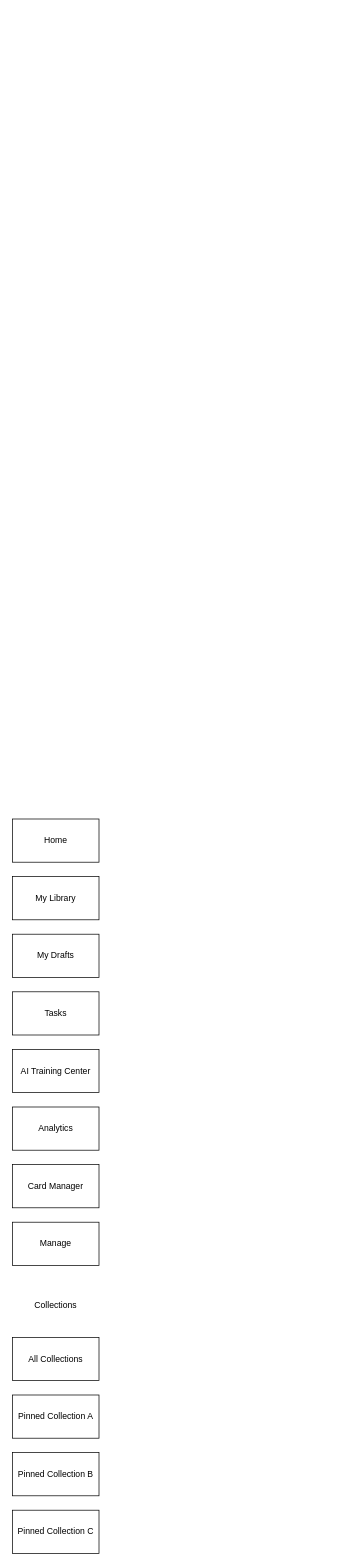
Above: Untitled Diagram.drawio in tsherrell/tsherrell (draw.io), before the change. Source tidied: cells renumbered, new cells numbered last; positions are measured from the earlier drawing's top-left corner, leaving out a move shared by most shapes. Both pictures are drawn from the tidied source at 72%, with x=0, y=0 at pixel (12, 819).
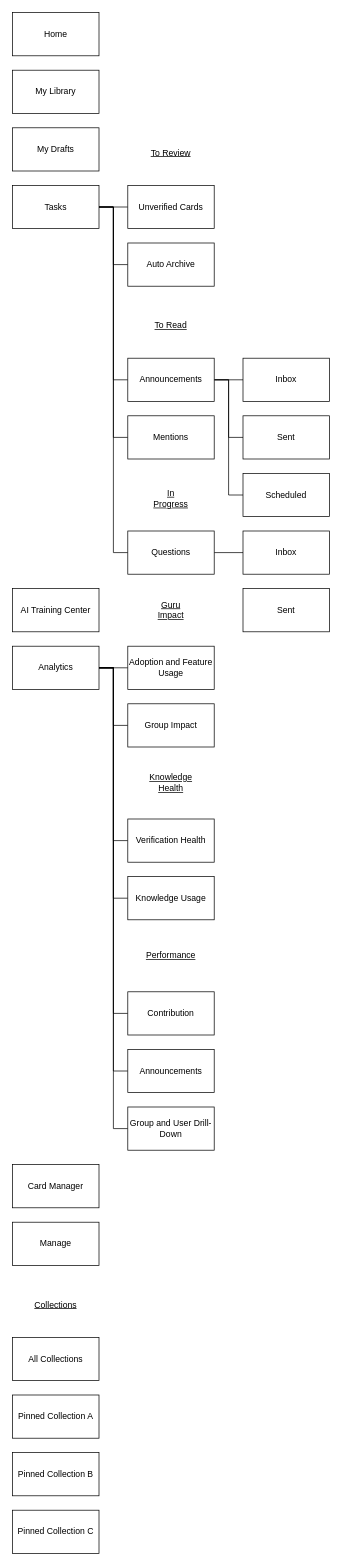
Above is the later version.

What changed in the source:
```diff
@@
     <mxCell id="2" value="Home" style="rounded=0;whiteSpace=wrap;html=1;" parent="1" vertex="1">
-      <mxGeometry width="120" height="60" as="geometry" />
+      <mxGeometry y="-1120" width="120" height="60" as="geometry" />
     </mxCell>
     <mxCell id="3" value="My Library" style="rounded=0;whiteSpace=wrap;html=1;" parent="1" vertex="1">
-      <mxGeometry y="80" width="120" height="60" as="geometry" />
+      <mxGeometry y="-1040" width="120" height="60" as="geometry" />
     </mxCell>
     <mxCell id="4" value="My Drafts" style="rounded=0;whiteSpace=wrap;html=1;" parent="1" vertex="1">
-      <mxGeometry y="160" width="120" height="60" as="geometry" />
+      <mxGeometry y="-960" width="120" height="60" as="geometry" />
     </mxCell>
+    <mxCell id="15" style="edgeStyle=orthogonalEdgeStyle;rounded=0;jettySize=auto;html=1;endArrow=none;endFill=0;" parent="1" edge="1" source="5" target="27">
+      <mxGeometry relative="1" as="geometry" />
+    </mxCell>
+    <mxCell id="16" style="edgeStyle=orthogonalEdgeStyle;rounded=0;jettySize=auto;html=1;exitX=1;exitY=0.5;exitDx=0;exitDy=0;entryX=0;entryY=0.5;entryDx=0;entryDy=0;endArrow=none;endFill=0;" parent="1" edge="1" source="5" target="29">
+      <mxGeometry relative="1" as="geometry" />
+    </mxCell>
+    <mxCell id="17" style="edgeStyle=orthogonalEdgeStyle;rounded=0;jettySize=auto;html=1;exitX=1;exitY=0.5;exitDx=0;exitDy=0;entryX=0;entryY=0.5;entryDx=0;entryDy=0;endArrow=none;endFill=0;" parent="1" edge="1" source="5" target="34">
+      <mxGeometry relative="1" as="geometry" />
+    </mxCell>
+    <mxCell id="18" style="edgeStyle=orthogonalEdgeStyle;rounded=0;jettySize=auto;html=1;exitX=1;exitY=0.5;exitDx=0;exitDy=0;entryX=0;entryY=0.5;entryDx=0;entryDy=0;endArrow=none;endFill=0;" parent="1" edge="1" source="5" target="35">
+      <mxGeometry relative="1" as="geometry" />
+    </mxCell>
+    <mxCell id="19" style="edgeStyle=orthogonalEdgeStyle;shape=connector;rounded=0;jettySize=auto;html=1;exitX=1;exitY=0.5;exitDx=0;exitDy=0;entryX=0;entryY=0.5;entryDx=0;entryDy=0;strokeColor=default;align=center;verticalAlign=middle;fontFamily=Helvetica;fontSize=11;fontColor=default;labelBackgroundColor=default;endArrow=none;endFill=0;" parent="1" edge="1" source="5" target="37">
+      <mxGeometry relative="1" as="geometry" />
+    </mxCell>
     <mxCell id="5" value="Tasks" style="rounded=0;whiteSpace=wrap;html=1;" parent="1" vertex="1">
-      <mxGeometry y="240" width="120" height="60" as="geometry" />
+      <mxGeometry y="-880" width="120" height="60" as="geometry" />
     </mxCell>
     <mxCell id="6" value="AI Training Center" style="rounded=0;whiteSpace=wrap;html=1;" parent="1" vertex="1">
-      <mxGeometry y="320" width="120" height="60" as="geometry" />
+      <mxGeometry y="-320" width="120" height="60" as="geometry" />
     </mxCell>
+    <mxCell id="20" style="edgeStyle=orthogonalEdgeStyle;shape=connector;rounded=0;jettySize=auto;html=1;exitX=1;exitY=0.5;exitDx=0;exitDy=0;entryX=0;entryY=0.5;entryDx=0;entryDy=0;strokeColor=default;align=center;verticalAlign=middle;fontFamily=Helvetica;fontSize=11;fontColor=default;labelBackgroundColor=default;endArrow=none;endFill=0;" parent="1" edge="1" source="7" target="44">
+      <mxGeometry relative="1" as="geometry" />
+    </mxCell>
+    <mxCell id="21" style="edgeStyle=orthogonalEdgeStyle;shape=connector;rounded=0;jettySize=auto;html=1;exitX=1;exitY=0.5;exitDx=0;exitDy=0;entryX=0;entryY=0.5;entryDx=0;entryDy=0;strokeColor=default;align=center;verticalAlign=middle;fontFamily=Helvetica;fontSize=11;fontColor=default;labelBackgroundColor=default;endArrow=none;endFill=0;" parent="1" edge="1" source="7" target="46">
+      <mxGeometry relative="1" as="geometry" />
+    </mxCell>
+    <mxCell id="22" style="edgeStyle=orthogonalEdgeStyle;shape=connector;rounded=0;jettySize=auto;html=1;exitX=1;exitY=0.5;exitDx=0;exitDy=0;entryX=0;entryY=0.5;entryDx=0;entryDy=0;strokeColor=default;align=center;verticalAlign=middle;fontFamily=Helvetica;fontSize=11;fontColor=default;labelBackgroundColor=default;endArrow=none;endFill=0;" parent="1" edge="1" source="7" target="48">
+      <mxGeometry relative="1" as="geometry" />
+    </mxCell>
+    <mxCell id="23" style="edgeStyle=orthogonalEdgeStyle;shape=connector;rounded=0;jettySize=auto;html=1;exitX=1;exitY=0.5;exitDx=0;exitDy=0;entryX=0;entryY=0.5;entryDx=0;entryDy=0;strokeColor=default;align=center;verticalAlign=middle;fontFamily=Helvetica;fontSize=11;fontColor=default;labelBackgroundColor=default;endArrow=none;endFill=0;" parent="1" edge="1" source="7" target="49">
+      <mxGeometry relative="1" as="geometry" />
+    </mxCell>
+    <mxCell id="24" style="edgeStyle=orthogonalEdgeStyle;shape=connector;rounded=0;jettySize=auto;html=1;exitX=1;exitY=0.5;exitDx=0;exitDy=0;entryX=0;entryY=0.5;entryDx=0;entryDy=0;strokeColor=default;align=center;verticalAlign=middle;fontFamily=Helvetica;fontSize=11;fontColor=default;labelBackgroundColor=default;endArrow=none;endFill=0;" parent="1" edge="1" source="7" target="51">
+      <mxGeometry relative="1" as="geometry" />
+    </mxCell>
+    <mxCell id="25" style="edgeStyle=orthogonalEdgeStyle;shape=connector;rounded=0;jettySize=auto;html=1;exitX=1;exitY=0.5;exitDx=0;exitDy=0;entryX=0;entryY=0.5;entryDx=0;entryDy=0;strokeColor=default;align=center;verticalAlign=middle;fontFamily=Helvetica;fontSize=11;fontColor=default;labelBackgroundColor=default;endArrow=none;endFill=0;" parent="1" edge="1" source="7" target="52">
+      <mxGeometry relative="1" as="geometry" />
+    </mxCell>
+    <mxCell id="26" style="edgeStyle=orthogonalEdgeStyle;shape=connector;rounded=0;jettySize=auto;html=1;exitX=1;exitY=0.5;exitDx=0;exitDy=0;entryX=0;entryY=0.5;entryDx=0;entryDy=0;strokeColor=default;align=center;verticalAlign=middle;fontFamily=Helvetica;fontSize=11;fontColor=default;labelBackgroundColor=default;endArrow=none;endFill=0;" parent="1" edge="1" source="7" target="53">
+      <mxGeometry relative="1" as="geometry" />
+    </mxCell>
     <mxCell id="7" value="Analytics" style="rounded=0;whiteSpace=wrap;html=1;" parent="1" vertex="1">
-      <mxGeometry y="400" width="120" height="60" as="geometry" />
+      <mxGeometry y="-240" width="120" height="60" as="geometry" />
     </mxCell>
@@
-    <mxCell id="14" value="Collections" style="text;html=1;align=center;verticalAlign=middle;whiteSpace=wrap;rounded=0;" parent="1" vertex="1">
+    <mxCell id="14" value="Collections" style="text;html=1;align=center;verticalAlign=middle;whiteSpace=wrap;rounded=0;fontStyle=4;" parent="1" vertex="1">
       <mxGeometry x="30" y="660" width="60" height="30" as="geometry" />
     </mxCell>
+    <mxCell id="27" value="Unverified Cards" style="rounded=0;whiteSpace=wrap;html=1;" parent="1" vertex="1">
+      <mxGeometry x="160" y="-880" width="120" height="60" as="geometry" />
+    </mxCell>
+    <mxCell id="28" value="To Review" style="text;html=1;align=center;verticalAlign=middle;whiteSpace=wrap;rounded=0;fontStyle=4;" parent="1" vertex="1">
+      <mxGeometry x="190" y="-940" width="60" height="30" as="geometry" />
+    </mxCell>
+    <mxCell id="29" value="Auto Archive" style="rounded=0;whiteSpace=wrap;html=1;" parent="1" vertex="1">
+      <mxGeometry x="160" y="-800" width="120" height="60" as="geometry" />
+    </mxCell>
+    <mxCell id="30" value="To Read" style="text;html=1;align=center;verticalAlign=middle;whiteSpace=wrap;rounded=0;fontStyle=4;" parent="1" vertex="1">
+      <mxGeometry x="190" y="-700" width="60" height="30" as="geometry" />
+    </mxCell>
+    <mxCell id="31" style="edgeStyle=orthogonalEdgeStyle;shape=connector;rounded=0;jettySize=auto;html=1;exitX=1;exitY=0.5;exitDx=0;exitDy=0;entryX=0;entryY=0.5;entryDx=0;entryDy=0;strokeColor=default;align=center;verticalAlign=middle;fontFamily=Helvetica;fontSize=11;fontColor=default;labelBackgroundColor=default;endArrow=none;endFill=0;" parent="1" edge="1" source="34" target="39">
+      <mxGeometry relative="1" as="geometry" />
+    </mxCell>
+    <mxCell id="32" style="edgeStyle=orthogonalEdgeStyle;shape=connector;rounded=0;jettySize=auto;html=1;exitX=1;exitY=0.5;exitDx=0;exitDy=0;entryX=0;entryY=0.5;entryDx=0;entryDy=0;strokeColor=default;align=center;verticalAlign=middle;fontFamily=Helvetica;fontSize=11;fontColor=default;labelBackgroundColor=default;endArrow=none;endFill=0;" parent="1" edge="1" source="34" target="40">
+      <mxGeometry relative="1" as="geometry" />
+    </mxCell>
+    <mxCell id="33" style="edgeStyle=orthogonalEdgeStyle;shape=connector;rounded=0;jettySize=auto;html=1;exitX=1;exitY=0.5;exitDx=0;exitDy=0;entryX=0;entryY=0.5;entryDx=0;entryDy=0;strokeColor=default;align=center;verticalAlign=middle;fontFamily=Helvetica;fontSize=11;fontColor=default;labelBackgroundColor=default;endArrow=none;endFill=0;" parent="1" edge="1" source="34" target="41">
+      <mxGeometry relative="1" as="geometry" />
+    </mxCell>
+    <mxCell id="34" value="Announcements" style="rounded=0;whiteSpace=wrap;html=1;" parent="1" vertex="1">
+      <mxGeometry x="160" y="-640" width="120" height="60" as="geometry" />
+    </mxCell>
+    <mxCell id="35" value="Mentions" style="rounded=0;whiteSpace=wrap;html=1;" parent="1" vertex="1">
+      <mxGeometry x="160" y="-560" width="120" height="60" as="geometry" />
+    </mxCell>
+    <mxCell id="36" style="edgeStyle=orthogonalEdgeStyle;shape=connector;rounded=0;jettySize=auto;html=1;exitX=1;exitY=0.5;exitDx=0;exitDy=0;entryX=0;entryY=0.5;entryDx=0;entryDy=0;strokeColor=default;align=center;verticalAlign=middle;fontFamily=Helvetica;fontSize=11;fontColor=default;labelBackgroundColor=default;endArrow=none;endFill=0;" parent="1" edge="1" source="37" target="42">
+      <mxGeometry relative="1" as="geometry" />
+    </mxCell>
+    <mxCell id="37" value="Questions" style="rounded=0;whiteSpace=wrap;html=1;" parent="1" vertex="1">
+      <mxGeometry x="160" y="-400" width="120" height="60" as="geometry" />
+    </mxCell>
+    <mxCell id="38" value="In Progress" style="text;html=1;align=center;verticalAlign=middle;whiteSpace=wrap;rounded=0;fontStyle=4;" parent="1" vertex="1">
+      <mxGeometry x="190" y="-460" width="60" height="30" as="geometry" />
+    </mxCell>
+    <mxCell id="39" value="Inbox" style="rounded=0;whiteSpace=wrap;html=1;" parent="1" vertex="1">
+      <mxGeometry x="320" y="-640" width="120" height="60" as="geometry" />
+    </mxCell>
+    <mxCell id="40" value="Sent" style="rounded=0;whiteSpace=wrap;html=1;" parent="1" vertex="1">
+      <mxGeometry x="320" y="-560" width="120" height="60" as="geometry" />
+    </mxCell>
+    <mxCell id="41" value="Scheduled" style="rounded=0;whiteSpace=wrap;html=1;" parent="1" vertex="1">
+      <mxGeometry x="320" y="-480" width="120" height="60" as="geometry" />
+    </mxCell>
+    <mxCell id="42" value="Inbox" style="rounded=0;whiteSpace=wrap;html=1;" parent="1" vertex="1">
+      <mxGeometry x="320" y="-400" width="120" height="60" as="geometry" />
+    </mxCell>
+    <mxCell id="43" value="Sent" style="rounded=0;whiteSpace=wrap;html=1;" parent="1" vertex="1">
+      <mxGeometry x="320" y="-320" width="120" height="60" as="geometry" />
+    </mxCell>
+    <mxCell id="44" value="Adoption and Feature Usage" style="rounded=0;whiteSpace=wrap;html=1;" parent="1" vertex="1">
+      <mxGeometry x="160" y="-240" width="120" height="60" as="geometry" />
+    </mxCell>
+    <mxCell id="45" value="Guru Impact" style="text;html=1;align=center;verticalAlign=middle;whiteSpace=wrap;rounded=0;fontStyle=4;" parent="1" vertex="1">
+      <mxGeometry x="190" y="-305" width="60" height="30" as="geometry" />
+    </mxCell>
+    <mxCell id="46" value="Group Impact" style="rounded=0;whiteSpace=wrap;html=1;" parent="1" vertex="1">
+      <mxGeometry x="160" y="-160" width="120" height="60" as="geometry" />
+    </mxCell>
+    <mxCell id="47" value="Knowledge Health" style="text;html=1;align=center;verticalAlign=middle;whiteSpace=wrap;rounded=0;fontStyle=4;" parent="1" vertex="1">
+      <mxGeometry x="190" y="-65" width="60" height="30" as="geometry" />
+    </mxCell>
+    <mxCell id="48" value="Verification Health" style="rounded=0;whiteSpace=wrap;html=1;" parent="1" vertex="1">
+      <mxGeometry x="160" width="120" height="60" as="geometry" />
+    </mxCell>
+    <mxCell id="49" value="Knowledge Usage" style="rounded=0;whiteSpace=wrap;html=1;" parent="1" vertex="1">
+      <mxGeometry x="160" y="80" width="120" height="60" as="geometry" />
+    </mxCell>
+    <mxCell id="50" value="Performance" style="text;html=1;align=center;verticalAlign=middle;whiteSpace=wrap;rounded=0;fontStyle=4;" parent="1" vertex="1">
+      <mxGeometry x="190" y="175" width="60" height="30" as="geometry" />
+    </mxCell>
+    <mxCell id="51" value="Contribution" style="rounded=0;whiteSpace=wrap;html=1;" parent="1" vertex="1">
+      <mxGeometry x="160" y="240" width="120" height="60" as="geometry" />
+    </mxCell>
+    <mxCell id="52" value="Announcements" style="rounded=0;whiteSpace=wrap;html=1;" parent="1" vertex="1">
+      <mxGeometry x="160" y="320" width="120" height="60" as="geometry" />
+    </mxCell>
+    <mxCell id="53" value="Group and User Drill-Down" style="rounded=0;whiteSpace=wrap;html=1;" parent="1" vertex="1">
+      <mxGeometry x="160" y="400" width="120" height="60" as="geometry" />
+    </mxCell>
```
